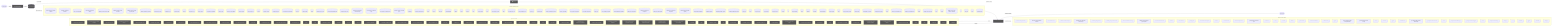
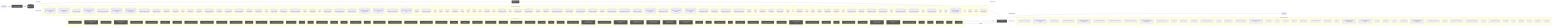
flowchart LR
  UserQ(["👤 User Query"])
  Embed["📐 Embedding Model"]
  VecDB[("📚 Vector Store")]
  Retriever["🔍 Retriever"]
  LLMNode["🧠 LLM / Generator"]
  Output(["✅ Response"])
  UserQ -->|query| Embed
  Embed -->|vector| VecDB
  VecDB -->|top-k chunks| Retriever
  Retriever -->|context + query| LLMNode
  LLMNode -->|generated answer| Output
  subgraph DetectedMemory["Detected memory stores"]
    det_detectedmemory_check_steering_feedback_contract_80134459[("check-steering-feedback-contract")]
    det_detectedmemory_normalize_workflow_contracts_8701f1c8[("normalize-workflow-contracts")]
    det_detectedmemory_sync_codex_preflight_7e7a8dc2[("sync-codex-preflight")]
    det_detectedmemory_test_harness_upgrade_matrix_84113c4e[("test-harness-upgrade-matrix")]
    det_detectedmemory_validate_prompt_context_drift_8c949ef6[("validate-prompt-context-drift")]
    det_detectedmemory_validate_runtime_packet_schemas_bc3ba8ec[("validate-runtime-packet-schemas")]
    det_detectedmemory_validate_system_prompt_gap_adoption_62d8c955[("validate-system-prompt-gap-adoption")]
    det_detectedmemory_validate_workflow_contracts_33dc063c[("validate-workflow-contracts")]
    det_detectedmemory_branch_protect_core_a8feb0fd[("branch-protect-core")]
    det_detectedmemory_ci_migrate_core_7005b5af[("ci-migrate-core")]
    det_detectedmemory_context_health_80bb7da9[("context-health")]
    det_detectedmemory_context_ea7792a2[("context")]
    det_detectedmemory_docs_gate_core_eb9b6c18[("docs-gate-core")]
    det_detectedmemory_index_context_de3ed39d[("index-context")]
    det_detectedmemory_local_memory_preflight_dcc36c42[("local-memory-preflight")]
    det_detectedmemory_memory_gate_a577a506[("memory-gate")]
+     det_detectedmemory_next_runner_state_be6fe997[("next-runner-state")]
    det_detectedmemory_pattern_scope_siblings_43abe000[("pattern-scope-siblings")]
    det_detectedmemory_review_context_ca6cf81d[("review-context")]
    det_detectedmemory_review_gate_core_4c8001f9[("review-gate-core")]
    det_detectedmemory_search_24193290[("search")]
    det_detectedmemory_session_context_e5ec72c0[("session-context")]
    det_detectedmemory_tooling_audit_core_328d6a41[("tooling-audit-core")]
    det_detectedmemory_run_local_memory_preflight_36e92808[("run-local-memory-preflight")]
    det_detectedmemory_checker_d2d2328e[("checker")]
    det_detectedmemory_context_health_1_ceb11829[("context-health")]
    det_detectedmemory_types_2_d9bc6e7a[("types")]
    det_detectedmemory_branch_protect_sync_570adb18[("branch-protect-sync")]
    det_detectedmemory_command_capability_rules_ca3f496a[("command-capability-rules")]
    det_detectedmemory_command_specs_core_1c0ffc99[("command-specs-core")]
    det_detectedmemory_local_memory_preflight_command_spec_9e23f3ce[("local-memory-preflight-command-spec")]
    det_detectedmemory_memory_gate_command_spec_dc9001a9[("memory-gate-command-spec")]
    det_detectedmemory_review_gate_command_spec_3187376a[("review-gate-command-spec")]
    det_detectedmemory_session_context_command_spec_973afbb1[("session-context-command-spec")]
    det_detectedmemory_constants_7517017f[("constants")]
    det_detectedmemory_context_compact_policy_3dcaf95d[("context-compact-policy")]
    det_detectedmemory_index_3_7e40d474[("index")]
    det_detectedmemory_indexer_70fa78e5[("indexer")]
    det_detectedmemory_init_error_5c7dd49f[("init-error")]
    det_detectedmemory_lexical_fallback_723e2b3e[("lexical-fallback")]
    det_detectedmemory_ollama_76e3c7bf[("ollama")]
    det_detectedmemory_rollout_a4fa034c[("rollout")]
    det_detectedmemory_sources_878a52fc[("sources")]
    det_detectedmemory_store_824d80d7[("store")]
    det_detectedmemory_sync_contract_c79fa191[("sync-contract")]
    det_detectedmemory_types_8_f6283648[("types")]
    det_detectedmemory_harness_run_context_ac7c77a9[("harness-run-context")]
    det_detectedmemory_index_4_013aa0e3[("index")]
    det_detectedmemory_json_schema_core_96d7e328[("json-schema-core")]
    det_detectedmemory_policy_validators_core_714a3fe7[("policy-validators-core")]
    det_detectedmemory_types_core_e405ddca[("types-core")]
    det_detectedmemory_validator_core_4358f8ba[("validator-core")]
    det_detectedmemory_archive_candidates_scanner_d0931789[("archive-candidates-scanner")]
    det_detectedmemory_archive_candidates_dc0e40e1[("archive-candidates")]
    det_detectedmemory_docs_task_eval_contract_79347457[("docs-task-eval-contract")]
    det_detectedmemory_docs_task_eval_fixtures_44902755[("docs-task-eval-fixtures")]
    det_detectedmemory_init_modes_c05ceb07[("init-modes")]
    det_detectedmemory_project_brain_templates_7ef51530[("project-brain-templates")]
    det_detectedmemory_scaffold_diagram_templates_dd88e83c[("scaffold-diagram-templates")]
    det_detectedmemory_scaffold_doc_templates_f6152330[("scaffold-doc-templates")]
    det_detectedmemory_scaffold_environment_templates_c1ceba6a[("scaffold-environment-templates")]
    det_detectedmemory_scaffold_hook_templates_8c74ab50[("scaffold-hook-templates")]
    det_detectedmemory_scaffold_root_command_templates_404fed7f[("scaffold-root-command-templates")]
    det_detectedmemory_scaffold_script_template_registry_69312d4e[("scaffold-script-template-registry")]
    det_detectedmemory_scaffold_shell_templates_0ad0f915[("scaffold-shell-templates")]
    det_detectedmemory_scaffold_surfaces_12d6494e[("scaffold-surfaces")]
    det_detectedmemory_scaffold_template_registry_b1cce2aa[("scaffold-template-registry")]
    det_detectedmemory_scaffold_workflow_template_92310587[("scaffold-workflow-template")]
    det_detectedmemory_eval_seed_5699fd3e[("eval-seed")]
    det_detectedmemory_index_10_f6785a46[("index")]
    det_detectedmemory_review_context_1_e3afed15[("review-context")]
    det_detectedmemory_memory_gate_1_265164ac[("memory-gate")]
    det_detectedmemory_branch_enforcer_acb749cd[("branch-enforcer")]
    det_detectedmemory_cli_args_5_09ea29f0[("cli-args")]
    det_detectedmemory_cli_7_dc4a9f7f[("cli")]
    det_detectedmemory_metrics_tracker_98cec29c[("metrics-tracker")]
    det_detectedmemory_types_19_eb4ad5f0[("types")]
    det_detectedmemory_validator_5_b19ac2be[("validator")]
    det_detectedmemory_classifier_fe1991a9[("classifier")]
    det_detectedmemory_tooling_baseline_50ab2eeb[("tooling-baseline")]
    det_detectedmemory_claim_helpers_20dc8387[("claim-helpers")]
    det_detectedmemory_types_24_c63dc1a7[("types")]
    det_detectedmemory_local_memory_smoke_1175abfc[("local-memory-smoke")]
    det_detectedmemory_local_memory_0db17ecc[("local-memory")]
    det_detectedmemory_performance_overload_c685bfcf[("performance-overload")]
    det_detectedmemory_suggestion_generator_0956f794[("suggestion-generator")]
    det_detectedmemory_index_12_762ec91b[("index")]
    det_detectedmemory_prompt_context_drift_report_3257a95c[("prompt-context-drift-report")]
    det_detectedmemory_prompt_context_drift_types_ba6863d4[("prompt-context-drift-types")]
    det_detectedmemory_index_13_97df39c8[("index")]
    det_detectedmemory_prompt_context_receipt_17b862b2[("prompt-context-receipt")]
    det_detectedmemory_types_31_eb363e20[("types")]
    det_detectedmemory_policy_1_fc4198db[("policy")]
    det_detectedmemory_runtime_card_codex_runtime_validation_d8ce9934[("runtime-card-codex-runtime-validation")]
    det_detectedmemory_cli_12_01c06c37[("cli")]
    det_detectedmemory_collector_0736fd5b[("collector")]
    det_detectedmemory_types_34_85e6a0bb[("types")]
    det_detectedmemory_overload_guard_2748c559[("overload-guard")]
  end
  VecDB -. "implemented by" .-> DetectedMemory
  subgraph DetectedLLM["Detected LLM clients"]
    det_detectedllm_check_codex_agent_roles_5bb2e89b["check-codex-agent-roles"]
    det_detectedllm_check_steering_feedback_contract_80134459["check-steering-feedback-contract"]
    det_detectedllm_run_harness_evals_77704768["run-harness-evals"]
    det_detectedllm_validate_decision_request_2e5c325e["validate-decision-request"]
    det_detectedllm_validate_goal_completion_audit_receipt_100d252c["validate-goal-completion-audit-receipt"]
    det_detectedllm_validate_packaged_skill_5e32c890["validate-packaged-skill"]
    det_detectedllm_validate_prompt_context_drift_8c949ef6["validate-prompt-context-drift"]
    det_detectedllm_validate_reviewer_coverage_251efee3["validate-reviewer-coverage"]
    det_detectedllm_validate_system_prompt_gap_adoption_62d8c955["validate-system-prompt-gap-adoption"]
    det_detectedllm_check_environment_core_2c16213f["check-environment-core"]
    det_detectedllm_context_ea7792a2["context"]
    det_detectedllm_index_context_de3ed39d["index-context"]
    det_detectedllm_prompt_gate_c5e9d207["prompt-gate"]
    det_detectedllm_remediate_runner_helpers_929fedcc["remediate-runner-helpers"]
    det_detectedllm_search_24193290["search"]
    det_detectedllm_context_health_1_ceb11829["context-health"]
    det_detectedllm_command_specs_core_1c0ffc99["command-specs-core"]
    det_detectedllm_prompt_gate_command_spec_9a941482["prompt-gate-command-spec"]
    det_detectedllm_constants_7517017f["constants"]
    det_detectedllm_index_3_7e40d474["index"]
    det_detectedllm_indexer_70fa78e5["indexer"]
    det_detectedllm_ollama_76e3c7bf["ollama"]
    det_detectedllm_sync_contract_c79fa191["sync-contract"]
    det_detectedllm_north_star_validators_cfc926ce["north-star-validators"]
    det_detectedllm_hilt_boundary_9b36fb15["hilt-boundary"]
    det_detectedllm_types_10_75e5a4a0["types"]
    det_detectedllm_goal_completion_audit_receipt_validation_9d0f4891["goal-completion-audit-receipt-validation"]
    det_detectedllm_goal_completion_audit_receipt_5e4939c3["goal-completion-audit-receipt"]
    det_detectedllm_index_5_522f772a["index"]
    det_detectedllm_constants_1_a84e15f0["constants"]
    det_detectedllm_types_17_ed30531c["types"]
    det_detectedllm_sensitive_text_7c11f760["sensitive-text"]
    det_detectedllm_pr_template_linked_issue_relationship_a7b61f2c["pr-template-linked-issue-relationship"]
    det_detectedllm_pr_template_validator_rules_20a32d6b["pr-template-validator-rules"]
    det_detectedllm_index_12_762ec91b["index"]
    det_detectedllm_prompt_context_drift_report_3257a95c["prompt-context-drift-report"]
    det_detectedllm_prompt_context_drift_types_ba6863d4["prompt-context-drift-types"]
    det_detectedllm_index_13_97df39c8["index"]
    det_detectedllm_prompt_context_receipt_17b862b2["prompt-context-receipt"]
    det_detectedllm_cli_args_9_9c136878["cli-args"]
    det_detectedllm_cli_11_338a8415["cli"]
    det_detectedllm_sections_4697ef32["sections"]
    det_detectedllm_types_27_4d134744["types"]
    det_detectedllm_validator_7_f836eb0e["validator"]
    det_detectedllm_cli_args_10_861cdd3f["cli-args"]
  end
  LLMNode -. "implemented by" .-> DetectedLLM
  subgraph DetectedTools["Agentic tool calls"]
    det_detectedtools_check_codex_agent_roles_5bb2e89b["🔧 check-codex-agent-roles"]
    det_detectedtools_check_steering_feedback_contract_80134459["🔧 check-steering-feedback-contract"]
    det_detectedtools_run_harness_evals_77704768["🔧 run-harness-evals"]
    det_detectedtools_validate_action_review_receipt_fa2f06c3["🔧 validate-action-review-receipt"]
    det_detectedtools_validate_packaged_skill_5e32c890["🔧 validate-packaged-skill"]
    det_detectedtools_validate_replay_packet_f309747e["🔧 validate-replay-packet"]
    det_detectedtools_ci_migrate_core_7005b5af["🔧 ci-migrate-core"]
    det_detectedtools_doctor_checks_5a2eb2b9["🔧 doctor-checks"]
    det_detectedtools_doctor_github_tool_check_e0a938df["🔧 doctor-github-tool-check"]
    det_detectedtools_doctor_github_tool_checks_a53b0382["🔧 doctor-github-tool-checks"]
    det_detectedtools_doctor_tool_checks_4acac51a["🔧 doctor-tool-checks"]
    det_detectedtools_next_blocked_decisions_4140ad2b["🔧 next-blocked-decisions"]
    det_detectedtools_policy_gate_213f7313["🔧 policy-gate"]
    det_detectedtools_remediate_cli_output_cc165396["🔧 remediate-cli-output"]
    det_detectedtools_remediate_runner_helpers_929fedcc["🔧 remediate-runner-helpers"]
    det_detectedtools_review_gate_core_4c8001f9["🔧 review-gate-core"]
    det_detectedtools_index_1bc04b52["🔧 index"]
    det_detectedtools_types_1_4ecdf56e["🔧 types"]
    det_detectedtools_validation_constants_e002a0f6["🔧 validation-constants"]
    det_detectedtools_validation_98c41dcd["🔧 validation"]
    det_detectedtools_checker_d2d2328e["🔧 checker"]
+     det_detectedtools_shared_state_policy_edc9c4db["🔧 shared-state-policy"]
    det_detectedtools_cli_args_1_6144b055["🔧 cli-args"]
    det_detectedtools_command_capabilities_a4d5c71e["🔧 command-capabilities"]
    det_detectedtools_command_capability_rules_ca3f496a["🔧 command-capability-rules"]
    det_detectedtools_linear_command_actions_e430f4f4["🔧 linear-command-actions"]
    det_detectedtools_linear_command_runner_4a740dfc["🔧 linear-command-runner"]
    det_detectedtools_policy_validators_core_714a3fe7["🔧 policy-validators-core"]
    det_detectedtools_types_core_e405ddca["🔧 types-core"]
    det_detectedtools_validator_core_4358f8ba["🔧 validator-core"]
    det_detectedtools_validator_helpers_7b927667["🔧 validator-helpers"]
    det_detectedtools_he_phase_exit_core_1148895b["🔧 he-phase-exit-core"]
    det_detectedtools_ralph_runtime_73d63c0e["🔧 ralph-runtime"]
    det_detectedtools_observed_skill_usage_ed7d5930["🔧 observed-skill-usage"]
    det_detectedtools_closure_evidence_aaa31467["🔧 closure-evidence"]
    det_detectedtools_pr_creator_dc6b1ea4["🔧 pr-creator"]
    det_detectedtools_client_948fe603["🔧 client"]
    det_detectedtools_init_output_360dce91["🔧 init-output"]
    det_detectedtools_scaffold_ci_templates_2afd6392["🔧 scaffold-ci-templates"]
    det_detectedtools_scaffold_codex_environment_templates_334fbbed["🔧 scaffold-codex-environment-templates"]
    det_detectedtools_scaffold_config_templates_4b80ce53["🔧 scaffold-config-templates"]
    det_detectedtools_scaffold_environment_templates_c1ceba6a["🔧 scaffold-environment-templates"]
    det_detectedtools_scaffold_github_actions_pr_pipeline_renderer_1ee18de5["🔧 scaffold-github-actions-pr-pipeline-renderer"]
    det_detectedtools_scaffold_github_actions_pr_pipeline_template_e2b85f62["🔧 scaffold-github-actions-pr-pipeline-template"]
    det_detectedtools_scaffold_package_command_template_80e32e83["🔧 scaffold-package-command-template"]
    det_detectedtools_scaffold_release_private_npm_template_075499f8["🔧 scaffold-release-private-npm-template"]
    det_detectedtools_constants_1_a84e15f0["🔧 constants"]
    det_detectedtools_index_9_32dd4d91["🔧 index"]
    det_detectedtools_validation_common_6161e48b["🔧 validation-common"]
    det_detectedtools_cli_7_dc4a9f7f["🔧 cli"]
    det_detectedtools_metrics_tracker_98cec29c["🔧 metrics-tracker"]
    det_detectedtools_normalise_renderer_85f2e563["🔧 normalise-renderer"]
    det_detectedtools_evaluation_engine_core_e054fe49["🔧 evaluation-engine-core"]
    det_detectedtools_tooling_baseline_50ab2eeb["🔧 tooling-baseline"]
    det_detectedtools_prompt_context_drift_report_3257a95c["🔧 prompt-context-drift-report"]
    det_detectedtools_prompt_context_drift_types_ba6863d4["🔧 prompt-context-drift-types"]
    det_detectedtools_replay_packet_a1293f88["🔧 replay-packet"]
    det_detectedtools_index_14_d982116c["🔧 index"]
    det_detectedtools_review_lifecycle_contract_e5447221["🔧 review-lifecycle-contract"]
    det_detectedtools_review_lifecycle_89afa64c["🔧 review-lifecycle"]
    det_detectedtools_runtime_card_codex_runtime_validation_d8ce9934["🔧 runtime-card-codex-runtime-validation"]
    det_detectedtools_runtime_card_codex_runtime_0655e230["🔧 runtime-card-codex-runtime"]
    det_detectedtools_runtime_evidence_bundle_d471a232["🔧 runtime-evidence-bundle"]
    det_detectedtools_types_36_674380ec["🔧 types"]
    det_detectedtools_index_17_642943a2["🔧 index"]
    det_detectedtools_projection_1b250ea1["🔧 projection"]
    det_detectedtools_types_38_e8efcd57["🔧 types"]
    det_detectedtools_validation_7_c4e6d8b6["🔧 validation"]
  end
  LLMNode -->|tool use| DetectedTools
  DetectedTools -->|result| LLMNode
  classDef memNode fill:#555,color:#fff
  class VecDB,Retriever memNode
  classDef llmNode fill:#555,color:#fff
  class LLMNode,Embed llmNode
  classDef toolNode fill:#555,color:#fff
-   class det_detectedtools_check_codex_agent_roles_5bb2e89b,det_detectedtools_check_steering_feedback_contract_80134459,det_detectedtools_run_harness_evals_77704768,det_detectedtools_validate_action_review_receipt_fa2f06c3,det_detectedtools_validate_packaged_skill_5e32c890,det_detectedtools_validate_replay_packet_f309747e,det_detectedtools_ci_migrate_core_7005b5af,det_detectedtools_doctor_checks_5a2eb2b9,det_detectedtools_doctor_github_tool_check_e0a938df,det_detectedtools_doctor_github_tool_checks_a53b0382,det_detectedtools_doctor_tool_checks_4acac51a,det_detectedtools_next_blocked_decisions_4140ad2b,det_detectedtools_policy_gate_213f7313,det_detectedtools_remediate_cli_output_cc165396,det_detectedtools_remediate_runner_helpers_929fedcc,det_detectedtools_review_gate_core_4c8001f9,det_detectedtools_index_1bc04b52,det_detectedtools_types_1_4ecdf56e,det_detectedtools_validation_constants_e002a0f6,det_detectedtools_validation_98c41dcd,det_detectedtools_checker_d2d2328e,det_detectedtools_cli_args_1_6144b055,det_detectedtools_command_capabilities_a4d5c71e,det_detectedtools_command_capability_rules_ca3f496a,det_detectedtools_linear_command_actions_e430f4f4,det_detectedtools_linear_command_runner_4a740dfc,det_detectedtools_policy_validators_core_714a3fe7,det_detectedtools_types_core_e405ddca,det_detectedtools_validator_core_4358f8ba,det_detectedtools_validator_helpers_7b927667,det_detectedtools_he_phase_exit_core_1148895b,det_detectedtools_ralph_runtime_73d63c0e,det_detectedtools_observed_skill_usage_ed7d5930,det_detectedtools_closure_evidence_aaa31467,det_detectedtools_pr_creator_dc6b1ea4,det_detectedtools_client_948fe603,det_detectedtools_init_output_360dce91,det_detectedtools_scaffold_ci_templates_2afd6392,det_detectedtools_scaffold_codex_environment_templates_334fbbed,det_detectedtools_scaffold_config_templates_4b80ce53,det_detectedtools_scaffold_environment_templates_c1ceba6a,det_detectedtools_scaffold_github_actions_pr_pipeline_renderer_1ee18de5,det_detectedtools_scaffold_github_actions_pr_pipeline_template_e2b85f62,det_detectedtools_scaffold_package_command_template_80e32e83,det_detectedtools_scaffold_release_private_npm_template_075499f8,det_detectedtools_constants_1_a84e15f0,det_detectedtools_index_9_32dd4d91,det_detectedtools_validation_common_6161e48b,det_detectedtools_cli_7_dc4a9f7f,det_detectedtools_metrics_tracker_98cec29c,det_detectedtools_normalise_renderer_85f2e563,det_detectedtools_evaluation_engine_core_e054fe49,det_detectedtools_tooling_baseline_50ab2eeb,det_detectedtools_prompt_context_drift_report_3257a95c,det_detectedtools_prompt_context_drift_types_ba6863d4,det_detectedtools_replay_packet_a1293f88,det_detectedtools_index_14_d982116c,det_detectedtools_review_lifecycle_contract_e5447221,det_detectedtools_review_lifecycle_89afa64c,det_detectedtools_runtime_card_codex_runtime_validation_d8ce9934,det_detectedtools_runtime_card_codex_runtime_0655e230,det_detectedtools_runtime_evidence_bundle_d471a232,det_detectedtools_types_36_674380ec,det_detectedtools_index_17_642943a2,det_detectedtools_projection_1b250ea1,det_detectedtools_types_38_e8efcd57,det_detectedtools_validation_7_c4e6d8b6 toolNode
+   class det_detectedtools_check_codex_agent_roles_5bb2e89b,det_detectedtools_check_steering_feedback_contract_80134459,det_detectedtools_run_harness_evals_77704768,det_detectedtools_validate_action_review_receipt_fa2f06c3,det_detectedtools_validate_packaged_skill_5e32c890,det_detectedtools_validate_replay_packet_f309747e,det_detectedtools_ci_migrate_core_7005b5af,det_detectedtools_doctor_checks_5a2eb2b9,det_detectedtools_doctor_github_tool_check_e0a938df,det_detectedtools_doctor_github_tool_checks_a53b0382,det_detectedtools_doctor_tool_checks_4acac51a,det_detectedtools_next_blocked_decisions_4140ad2b,det_detectedtools_policy_gate_213f7313,det_detectedtools_remediate_cli_output_cc165396,det_detectedtools_remediate_runner_helpers_929fedcc,det_detectedtools_review_gate_core_4c8001f9,det_detectedtools_index_1bc04b52,det_detectedtools_types_1_4ecdf56e,det_detectedtools_validation_constants_e002a0f6,det_detectedtools_validation_98c41dcd,det_detectedtools_checker_d2d2328e,det_detectedtools_shared_state_policy_edc9c4db,det_detectedtools_cli_args_1_6144b055,det_detectedtools_command_capabilities_a4d5c71e,det_detectedtools_command_capability_rules_ca3f496a,det_detectedtools_linear_command_actions_e430f4f4,det_detectedtools_linear_command_runner_4a740dfc,det_detectedtools_policy_validators_core_714a3fe7,det_detectedtools_types_core_e405ddca,det_detectedtools_validator_core_4358f8ba,det_detectedtools_validator_helpers_7b927667,det_detectedtools_he_phase_exit_core_1148895b,det_detectedtools_ralph_runtime_73d63c0e,det_detectedtools_observed_skill_usage_ed7d5930,det_detectedtools_closure_evidence_aaa31467,det_detectedtools_pr_creator_dc6b1ea4,det_detectedtools_client_948fe603,det_detectedtools_init_output_360dce91,det_detectedtools_scaffold_ci_templates_2afd6392,det_detectedtools_scaffold_codex_environment_templates_334fbbed,det_detectedtools_scaffold_config_templates_4b80ce53,det_detectedtools_scaffold_environment_templates_c1ceba6a,det_detectedtools_scaffold_github_actions_pr_pipeline_renderer_1ee18de5,det_detectedtools_scaffold_github_actions_pr_pipeline_template_e2b85f62,det_detectedtools_scaffold_package_command_template_80e32e83,det_detectedtools_scaffold_release_private_npm_template_075499f8,det_detectedtools_constants_1_a84e15f0,det_detectedtools_index_9_32dd4d91,det_detectedtools_validation_common_6161e48b,det_detectedtools_cli_7_dc4a9f7f,det_detectedtools_metrics_tracker_98cec29c,det_detectedtools_normalise_renderer_85f2e563,det_detectedtools_evaluation_engine_core_e054fe49,det_detectedtools_tooling_baseline_50ab2eeb,det_detectedtools_prompt_context_drift_report_3257a95c,det_detectedtools_prompt_context_drift_types_ba6863d4,det_detectedtools_replay_packet_a1293f88,det_detectedtools_index_14_d982116c,det_detectedtools_review_lifecycle_contract_e5447221,det_detectedtools_review_lifecycle_89afa64c,det_detectedtools_runtime_card_codex_runtime_validation_d8ce9934,det_detectedtools_runtime_card_codex_runtime_0655e230,det_detectedtools_runtime_evidence_bundle_d471a232,det_detectedtools_types_36_674380ec,det_detectedtools_index_17_642943a2,det_detectedtools_projection_1b250ea1,det_detectedtools_types_38_e8efcd57,det_detectedtools_validation_7_c4e6d8b6 toolNode
